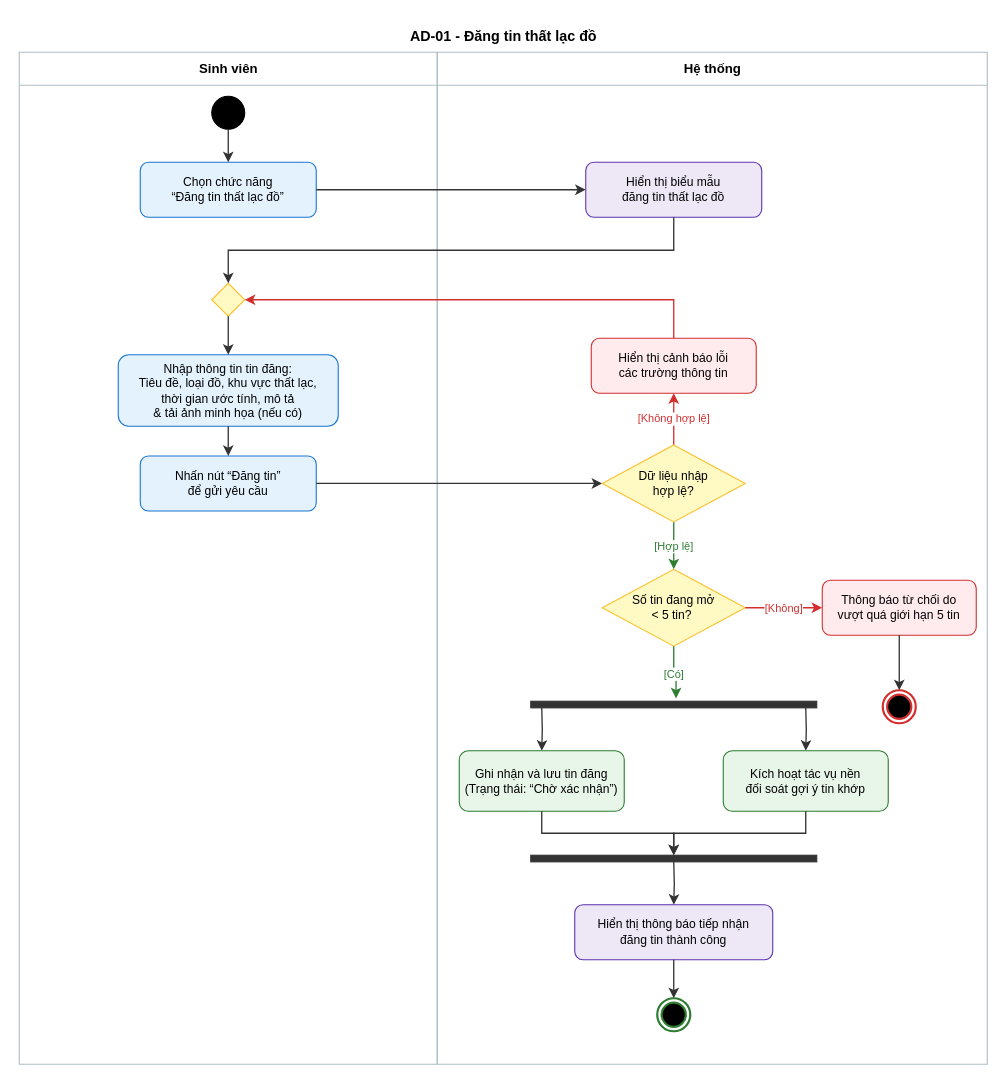
Before: 03_MoHinh/FileGoc/AD01_DangTinThatLac_v1.0.drawio in lexipit3268/CT241_DeTai05, a draw.io diagram. Source tidied: cells renumbered, new cells numbered last; positions are measured from the earlier drawing's top-left corner, leaving out a move shared by most shapes. Both pictures are drawn from the tidied source at 110%, with x=0, y=0 at pixel (19, 19).
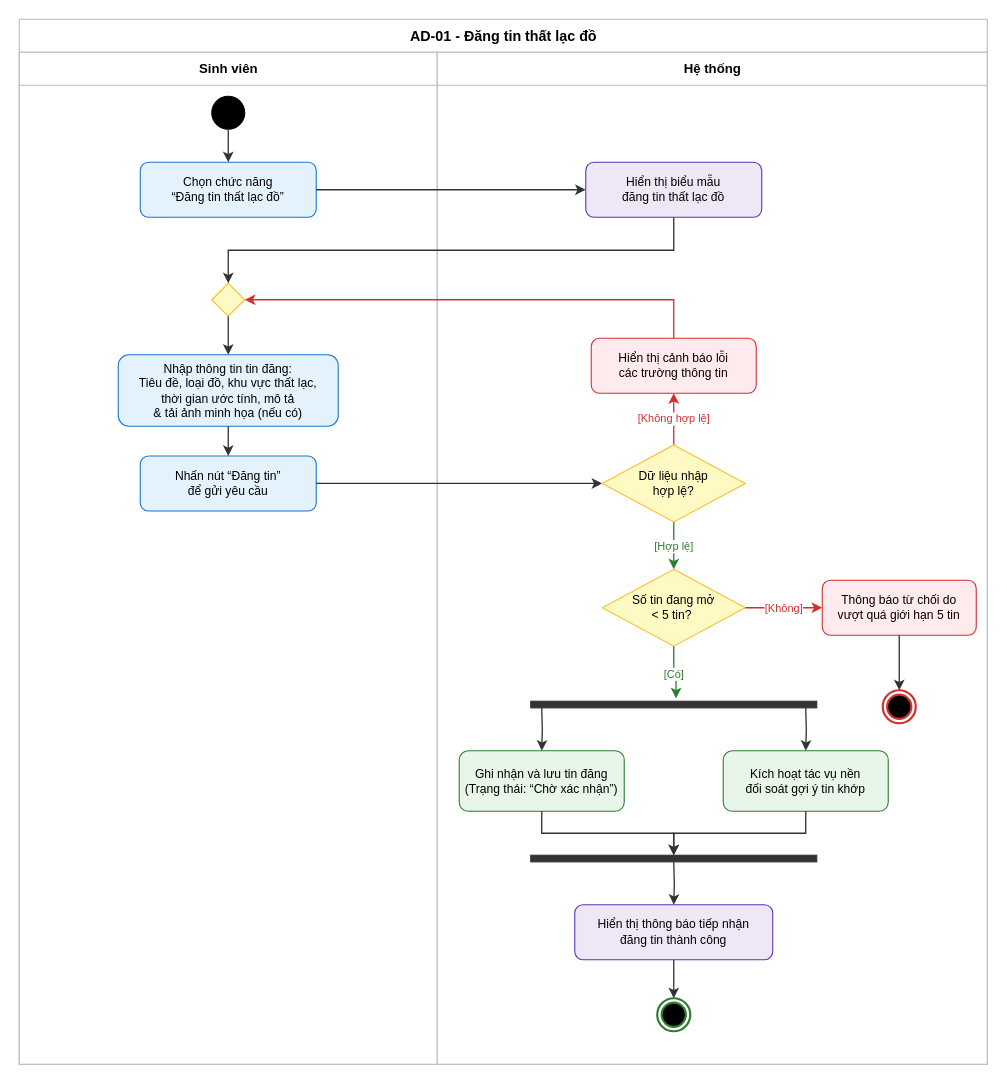
The same page after the edit.

The edit, as a diff of the source:
```diff
@@
-    <mxCell id="2" value="AD-01 - Đăng tin thất lạc đồ" style="swimlane;startSize=30;html=1;horizontal=1;fontSize=13;fontStyle=1;align=center;fillColor=none;strokeColor=none;strokeWidth=1.5;" parent="1" vertex="1">
+    <mxCell id="2" value="AD-01 - Đăng tin thất lạc đồ" style="swimlane;startSize=30;html=1;horizontal=1;fontSize=13;fontStyle=1;align=center;fillColor=default;strokeColor=#B0BEC5;strokeWidth=1;" parent="1" vertex="1">
       <mxGeometry width="880" height="950" as="geometry" />
     </mxCell>
-    <mxCell id="3" value="Sinh viên" style="swimlane;startSize=30;html=1;fontSize=12;fontStyle=1;align=center;fillColor=none;strokeColor=#B0BEC5;" parent="2" vertex="1">
+    <mxCell id="3" value="Sinh viên" style="swimlane;startSize=30;html=1;fontSize=12;fontStyle=1;align=center;fillColor=default;strokeColor=#B0BEC5;swimlaneFillColor=default;" parent="2" vertex="1">
       <mxGeometry y="30" width="380" height="920" as="geometry" />
     </mxCell>
@@
-    <mxCell id="8" value="Hệ thống" style="swimlane;startSize=30;html=1;fontSize=12;fontStyle=1;align=center;fillColor=none;strokeColor=#B0BEC5;" parent="2" vertex="1">
+    <mxCell id="8" value="Hệ thống" style="swimlane;startSize=30;html=1;fontSize=12;fontStyle=1;align=center;fillColor=default;strokeColor=#B0BEC5;swimlaneFillColor=default;" parent="2" vertex="1">
       <mxGeometry x="380" y="30" width="500" height="920" as="geometry" />
     </mxCell>
```
